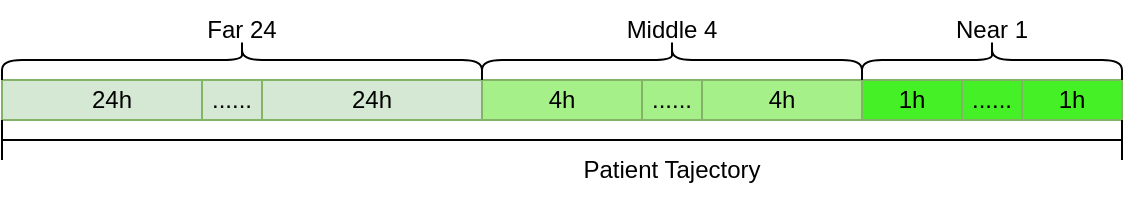
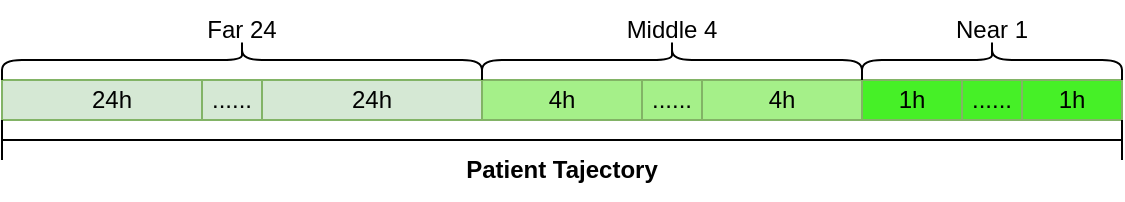
<mxfile host="app.diagrams.net">
  <diagram name="第 1 页" id="3EZWXdWs5LoXoSu94if4">
-     <mxGraphModel dx="744" dy="507" grid="1" gridSize="10" guides="1" tooltips="1" connect="1" arrows="1" fold="1" page="1" pageScale="1" pageWidth="827" pageHeight="1169" math="0" shadow="0">
+     <mxGraphModel dx="903" dy="616" grid="1" gridSize="10" guides="1" tooltips="1" connect="1" arrows="1" fold="1" page="1" pageScale="1" pageWidth="827" pageHeight="1169" math="0" shadow="0">
      <root>
        <mxCell id="0" />
        <mxCell id="1" parent="0" />
        <mxCell id="xGCr_gD7uzWL95jFXDYc-1" parent="1" style="rounded=0;whiteSpace=wrap;html=1;fillColor=#d5e8d4;strokeColor=#82b366;" value="24h" vertex="1">
          <mxGeometry height="20" width="110" x="40" y="170" as="geometry" />
        </mxCell>
        <mxCell id="xGCr_gD7uzWL95jFXDYc-2" parent="1" style="rounded=0;whiteSpace=wrap;html=1;fillColor=#d5e8d4;strokeColor=#82b366;" value="24h" vertex="1">
          <mxGeometry height="20" width="110" x="170" y="170" as="geometry" />
        </mxCell>
        <mxCell id="xGCr_gD7uzWL95jFXDYc-3" parent="1" style="rounded=0;whiteSpace=wrap;html=1;fillColor=light-dark(#A5F089,#1F2F1E);strokeColor=#82b366;" value="4h" vertex="1">
          <mxGeometry height="20" width="80" x="280" y="170" as="geometry" />
        </mxCell>
        <mxCell id="xGCr_gD7uzWL95jFXDYc-5" parent="1" style="rounded=0;whiteSpace=wrap;html=1;fillColor=#d5e8d4;strokeColor=#82b366;" value="......" vertex="1">
          <mxGeometry height="20" width="30" x="140" y="170" as="geometry" />
        </mxCell>
        <mxCell id="xGCr_gD7uzWL95jFXDYc-6" parent="1" style="rounded=0;whiteSpace=wrap;html=1;fillColor=light-dark(#A5F089,#1F2F1E);strokeColor=#82b366;" value="......" vertex="1">
          <mxGeometry height="20" width="30" x="360" y="170" as="geometry" />
        </mxCell>
        <mxCell id="xGCr_gD7uzWL95jFXDYc-8" parent="1" style="rounded=0;whiteSpace=wrap;html=1;fillColor=light-dark(#A5F089,#1F2F1E);strokeColor=#82b366;" value="4h" vertex="1">
          <mxGeometry height="20" width="80" x="390" y="170" as="geometry" />
        </mxCell>
        <mxCell id="xGCr_gD7uzWL95jFXDYc-9" parent="1" style="rounded=0;whiteSpace=wrap;html=1;fillColor=light-dark(#46F027,#1F2F1E);strokeColor=#82b366;" value="1h" vertex="1">
          <mxGeometry height="20" width="50" x="470" y="170" as="geometry" />
        </mxCell>
        <mxCell id="xGCr_gD7uzWL95jFXDYc-10" parent="1" style="rounded=0;whiteSpace=wrap;html=1;fillColor=light-dark(#46F027,#1F2F1E);strokeColor=#82b366;" value="1h" vertex="1">
          <mxGeometry height="20" width="50" x="550" y="170" as="geometry" />
        </mxCell>
        <mxCell id="xGCr_gD7uzWL95jFXDYc-11" parent="1" style="rounded=0;whiteSpace=wrap;html=1;fillColor=light-dark(#46F027,#1F2F1E);strokeColor=#82b366;" value="......" vertex="1">
          <mxGeometry height="20" width="30" x="520" y="170" as="geometry" />
        </mxCell>
        <mxCell id="xGCr_gD7uzWL95jFXDYc-12" parent="1" style="shape=curlyBracket;whiteSpace=wrap;html=1;rounded=1;labelPosition=left;verticalLabelPosition=middle;align=right;verticalAlign=middle;rotation=90;" value="" vertex="1">
          <mxGeometry height="240" width="20" x="150" y="40" as="geometry" />
        </mxCell>
        <mxCell id="xGCr_gD7uzWL95jFXDYc-13" parent="1" style="text;html=1;whiteSpace=wrap;strokeColor=none;fillColor=none;align=center;verticalAlign=middle;rounded=0;" value="Far 24" vertex="1">
          <mxGeometry height="30" width="60" x="130" y="130" as="geometry" />
        </mxCell>
        <mxCell id="xGCr_gD7uzWL95jFXDYc-14" parent="1" style="shape=curlyBracket;whiteSpace=wrap;html=1;rounded=1;labelPosition=left;verticalLabelPosition=middle;align=right;verticalAlign=middle;rotation=90;" value="" vertex="1">
          <mxGeometry height="190" width="20" x="365" y="65" as="geometry" />
        </mxCell>
        <mxCell id="xGCr_gD7uzWL95jFXDYc-15" parent="1" style="text;html=1;whiteSpace=wrap;strokeColor=none;fillColor=none;align=center;verticalAlign=middle;rounded=0;" value="Middle 4" vertex="1">
          <mxGeometry height="30" width="60" x="345" y="130" as="geometry" />
        </mxCell>
        <mxCell id="xGCr_gD7uzWL95jFXDYc-16" parent="1" style="shape=curlyBracket;whiteSpace=wrap;html=1;rounded=1;labelPosition=left;verticalLabelPosition=middle;align=right;verticalAlign=middle;rotation=90;" value="" vertex="1">
          <mxGeometry height="130" width="20" x="525" y="95" as="geometry" />
        </mxCell>
        <mxCell id="xGCr_gD7uzWL95jFXDYc-17" parent="1" style="text;html=1;whiteSpace=wrap;strokeColor=none;fillColor=none;align=center;verticalAlign=middle;rounded=0;" value="Near 1" vertex="1">
          <mxGeometry height="30" width="60" x="505" y="130" as="geometry" />
        </mxCell>
        <mxCell id="xGCr_gD7uzWL95jFXDYc-18" parent="1" style="shape=crossbar;whiteSpace=wrap;html=1;rounded=1;" value="" vertex="1">
          <mxGeometry height="20" width="560" x="40" y="190" as="geometry" />
        </mxCell>
-         <mxCell id="xGCr_gD7uzWL95jFXDYc-19" parent="1" style="text;html=1;whiteSpace=wrap;strokeColor=none;fillColor=none;align=center;verticalAlign=middle;rounded=0;" value="Patient Tajectory" vertex="1">
-           <mxGeometry height="30" width="120" x="315" y="200" as="geometry" />
+         <mxCell id="xGCr_gD7uzWL95jFXDYc-19" parent="1" style="text;html=1;whiteSpace=wrap;strokeColor=none;fillColor=none;align=center;verticalAlign=middle;rounded=0;" value="&lt;b&gt;Patient Tajectory&lt;/b&gt;" vertex="1">
+           <mxGeometry height="30" width="120" x="260" y="200" as="geometry" />
        </mxCell>
      </root>
    </mxGraphModel>
  </diagram>
</mxfile>
